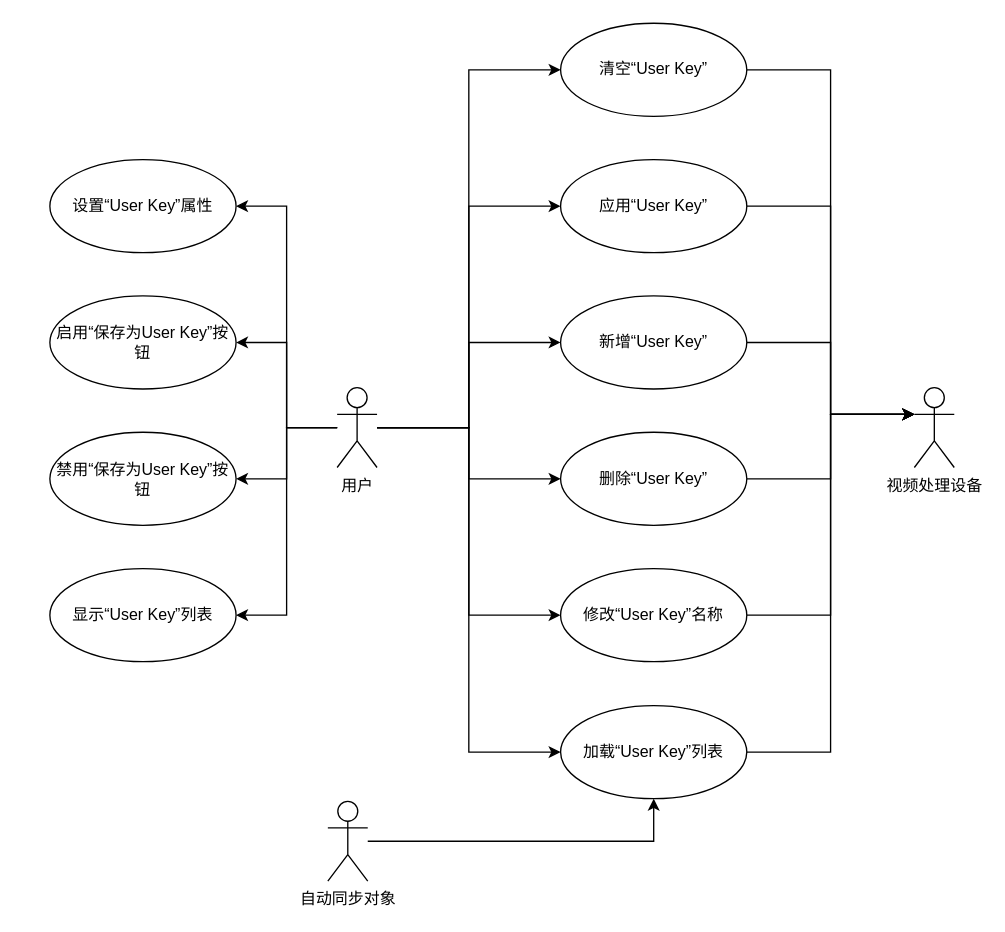
wiSCADA/drawio keeps this draw.io diagram as Arpa.drawio. Above is the earlier version. Source tidied: cells renumbered, new cells numbered last; positions are measured from the earlier drawing's top-left corner, leaving out a move shared by most shapes. Both pictures are drawn from the tidied source at 133%, with x=0, y=0 at pixel (49, 23).
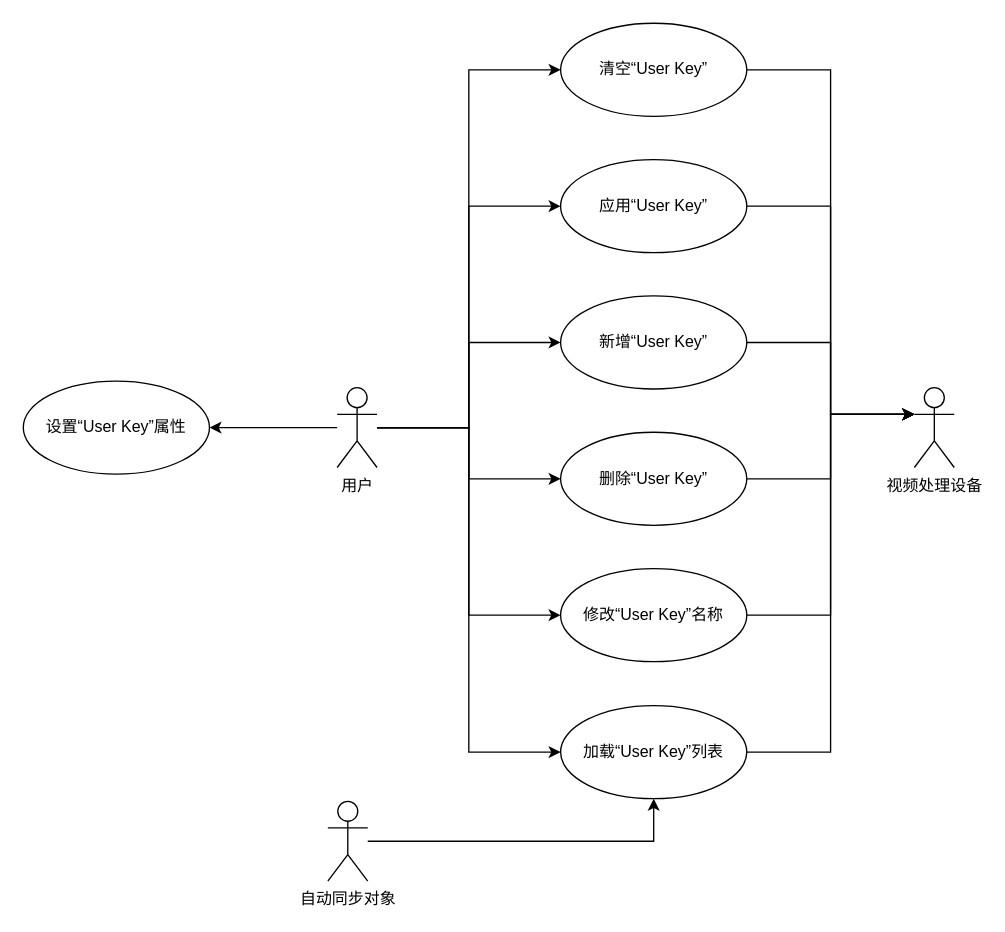
After the change.

Commit message:
删除按钮状态改变的用例。操作按钮状态的改变属于执行其他业务时，系统的结果状态，不是用例。

The change refers to these unchanged cells:
```xml
<mxCell id="26" value="用户" style="shape=umlActor;verticalLabelPosition=bottom;labelBackgroundColor=#ffffff;verticalAlign=top;html=1;shadow=0;" parent="1" vertex="1">
  <mxGeometry x="216" y="274" width="30" height="60" as="geometry" />
</mxCell>
```

Change to the diagram source:
```diff
@@
-    <mxCell id="2" value="启用“保存为User Key”按钮" style="ellipse;whiteSpace=wrap;html=1;" parent="1" vertex="1">
-      <mxGeometry y="205" width="140" height="70" as="geometry" />
-    </mxCell>
-    <mxCell id="3" value="禁用“保存为User Key”按钮" style="ellipse;whiteSpace=wrap;html=1;" parent="1" vertex="1">
-      <mxGeometry y="307.5" width="140" height="70" as="geometry" />
-    </mxCell>
@@
-    <mxCell id="12" value="显示“User Key”列表" style="ellipse;whiteSpace=wrap;html=1;" parent="1" vertex="1">
-      <mxGeometry y="410" width="140" height="70" as="geometry" />
-    </mxCell>
@@
-    <mxCell id="16" style="edgeStyle=orthogonalEdgeStyle;rounded=0;jettySize=auto;html=1;entryX=1;entryY=0.5;entryDx=0;entryDy=0;" parent="1" edge="1" source="26" target="2">
-      <mxGeometry relative="1" as="geometry" />
-    </mxCell>
-    <mxCell id="17" style="edgeStyle=orthogonalEdgeStyle;rounded=0;jettySize=auto;html=1;entryX=1;entryY=0.5;entryDx=0;entryDy=0;" parent="1" edge="1" source="26" target="3">
-      <mxGeometry relative="1" as="geometry" />
-    </mxCell>
-    <mxCell id="18" style="edgeStyle=orthogonalEdgeStyle;rounded=0;jettySize=auto;html=1;entryX=1;entryY=0.5;entryDx=0;entryDy=0;" parent="1" edge="1" source="26" target="12">
-      <mxGeometry relative="1" as="geometry" />
-    </mxCell>
@@
     <mxCell id="31" value="设置“User Key”属性" style="ellipse;whiteSpace=wrap;html=1;" parent="1" vertex="1">
-      <mxGeometry y="102.5" width="140" height="70" as="geometry" />
+      <mxGeometry x="-20" y="269" width="140" height="70" as="geometry" />
     </mxCell>
```
